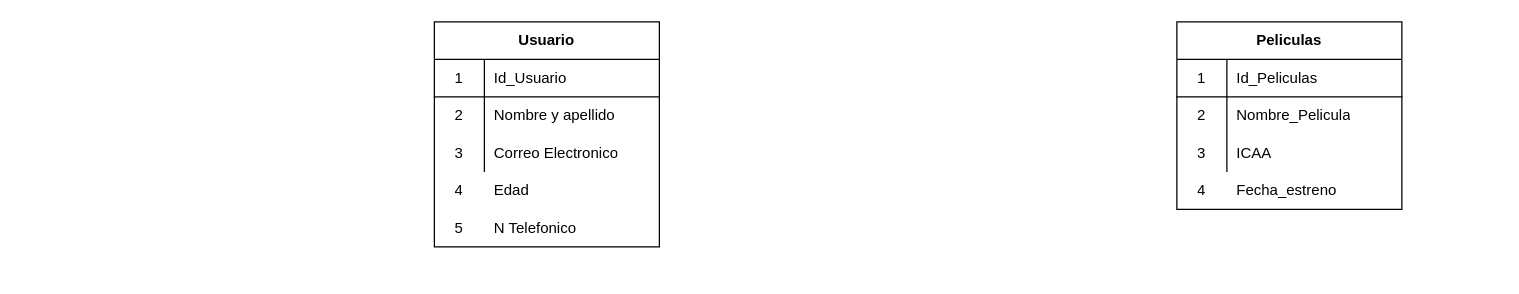
The draw.io diagram Untitled Diagram.drawio in Josanloca/Ejercicio_2-_Trimestre, before the edit. Source tidied: cells renumbered, new cells numbered last; positions are measured from the earlier drawing's top-left corner, leaving out a move shared by most shapes. Both pictures are drawn from the tidied source at 125%, with x=0, y=0 at pixel (434, 21).
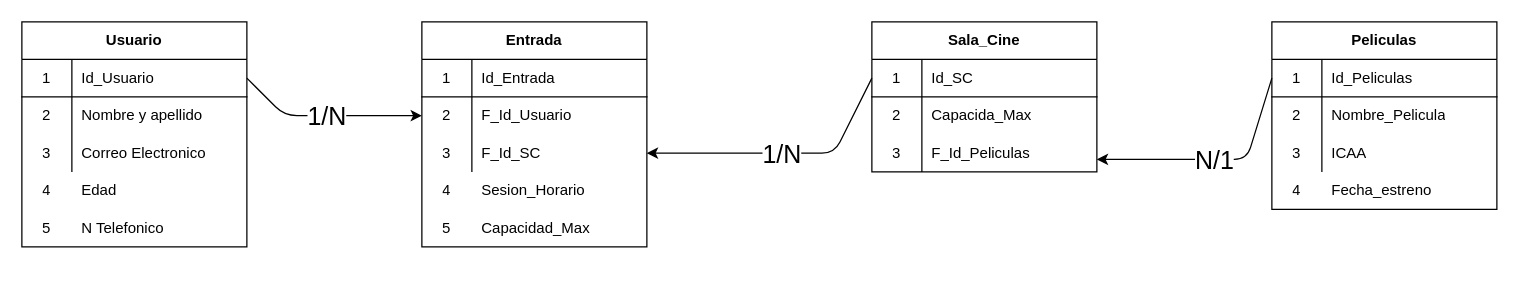
Above is the later version.

The change refers to these unchanged cells:
```xml
<mxCell id="4" style="shape=partialRectangle;html=1;whiteSpace=wrap;fillColor=none;top=0;left=0;bottom=1;right=0;points=[[0,0.5],[1,0.5]];portConstraint=eastwest;" parent="3" vertex="1">
  <mxGeometry y="30" width="180" height="30" as="geometry" />
</mxCell>
<mxCell id="22" style="shape=partialRectangle;html=1;whiteSpace=wrap;fillColor=none;top=0;left=0;bottom=1;right=0;points=[[0,0.5],[1,0.5]];portConstraint=eastwest;" parent="21" vertex="1">
  <mxGeometry y="30" width="180" height="30" as="geometry" />
</mxCell>
```

What changed in the source:
```diff
@@
     <mxCell id="2" style="group;" parent="1" vertex="1">
-      <mxGeometry x="594" width="180" height="150" as="geometry" />
+      <mxGeometry x="670" width="180" height="150" as="geometry" />
     </mxCell>
@@
     <mxCell id="15" style="group;" parent="1" vertex="1">
-      <mxGeometry width="180" height="200" as="geometry" />
+      <mxGeometry x="-330" width="180" height="200" as="geometry" />
     </mxCell>
@@
+    <mxCell id="31" value="&lt;div&gt;Entrada&lt;/div&gt;" style="shape=table;html=1;whiteSpace=wrap;startSize=30;childLayout=tableLayout;rowLines=0;fontStyle=1;align=center;" parent="1" vertex="1">
+      <mxGeometry x="-10" width="180" height="180" as="geometry" />
+    </mxCell>
+    <mxCell id="32" style="shape=partialRectangle;html=1;whiteSpace=wrap;fillColor=none;top=0;left=0;bottom=1;right=0;" parent="31" vertex="1">
+      <mxGeometry y="30" width="180" height="30" as="geometry" />
+    </mxCell>
+    <mxCell id="33" value="1" style="shape=partialRectangle;html=1;whiteSpace=wrap;fillColor=none;top=0;left=0;bottom=0;right=0;overflow=hidden;" parent="32" vertex="1">
+      <mxGeometry width="40" height="30" as="geometry" />
+    </mxCell>
+    <mxCell id="34" value="Id_Entrada" style="shape=partialRectangle;html=1;whiteSpace=wrap;fillColor=none;top=0;left=0;bottom=0;right=0;align=left;spacingLeft=6;overflow=hidden;" parent="32" vertex="1">
+      <mxGeometry x="40" width="140" height="30" as="geometry" />
+    </mxCell>
+    <mxCell id="35" style="shape=partialRectangle;html=1;whiteSpace=wrap;fillColor=none;top=0;left=0;bottom=0;right=0;points=[[0,0.5],[1,0.5]];portConstraint=eastwest;" parent="31" vertex="1">
+      <mxGeometry y="60" width="180" height="30" as="geometry" />
+    </mxCell>
+    <mxCell id="36" value="2" style="shape=partialRectangle;html=1;whiteSpace=wrap;fillColor=none;top=0;left=0;bottom=0;right=0;overflow=hidden;" parent="35" vertex="1">
+      <mxGeometry width="40" height="30" as="geometry" />
+    </mxCell>
+    <mxCell id="37" value="F_Id_Usuario" style="shape=partialRectangle;html=1;whiteSpace=wrap;fillColor=none;top=0;left=0;bottom=0;right=0;align=left;spacingLeft=6;overflow=hidden;" parent="35" vertex="1">
+      <mxGeometry x="40" width="140" height="30" as="geometry" />
+    </mxCell>
+    <mxCell id="38" style="shape=partialRectangle;html=1;whiteSpace=wrap;fillColor=none;top=0;left=0;bottom=0;right=0;points=[[0,0.5],[1,0.5]];portConstraint=eastwest;" parent="31" vertex="1">
+      <mxGeometry y="90" width="180" height="30" as="geometry" />
+    </mxCell>
+    <mxCell id="39" value="3" style="shape=partialRectangle;html=1;whiteSpace=wrap;fillColor=none;top=0;left=0;bottom=0;right=0;overflow=hidden;" parent="38" vertex="1">
+      <mxGeometry width="40" height="30" as="geometry" />
+    </mxCell>
+    <mxCell id="40" value="F_Id_SC" style="shape=partialRectangle;html=1;whiteSpace=wrap;fillColor=none;top=0;left=0;bottom=0;right=0;align=left;spacingLeft=6;overflow=hidden;" parent="38" vertex="1">
+      <mxGeometry x="40" width="140" height="30" as="geometry" />
+    </mxCell>
+    <mxCell id="41" value="Sala_Cine" style="shape=table;html=1;whiteSpace=wrap;startSize=30;childLayout=tableLayout;rowLines=0;fontStyle=1;align=center;" parent="1" vertex="1">
+      <mxGeometry x="350" width="180" height="120" as="geometry" />
+    </mxCell>
+    <mxCell id="42" style="shape=partialRectangle;html=1;whiteSpace=wrap;fillColor=none;top=0;left=0;bottom=1;right=0;points=[[0,0.5],[1,0.5]];portConstraint=eastwest;" parent="41" vertex="1">
+      <mxGeometry y="30" width="180" height="30" as="geometry" />
+    </mxCell>
+    <mxCell id="43" value="1" style="shape=partialRectangle;html=1;whiteSpace=wrap;fillColor=none;top=0;left=0;bottom=0;right=0;overflow=hidden;" parent="42" vertex="1">
+      <mxGeometry width="40" height="30" as="geometry" />
+    </mxCell>
+    <mxCell id="44" value="Id_SC" style="shape=partialRectangle;html=1;whiteSpace=wrap;fillColor=none;top=0;left=0;bottom=0;right=0;align=left;spacingLeft=6;overflow=hidden;" parent="42" vertex="1">
+      <mxGeometry x="40" width="140" height="30" as="geometry" />
+    </mxCell>
+    <mxCell id="45" style="shape=partialRectangle;html=1;whiteSpace=wrap;fillColor=none;top=0;left=0;bottom=0;right=0;" parent="41" vertex="1">
+      <mxGeometry y="60" width="180" height="30" as="geometry" />
+    </mxCell>
+    <mxCell id="46" value="2" style="shape=partialRectangle;html=1;whiteSpace=wrap;fillColor=none;top=0;left=0;bottom=0;right=0;overflow=hidden;" parent="45" vertex="1">
+      <mxGeometry width="40" height="30" as="geometry" />
+    </mxCell>
+    <mxCell id="47" value="&lt;div&gt;Capacida_Max&lt;/div&gt;" style="shape=partialRectangle;html=1;whiteSpace=wrap;fillColor=none;top=0;left=0;bottom=0;right=0;align=left;spacingLeft=6;overflow=hidden;" parent="45" vertex="1">
+      <mxGeometry x="40" width="140" height="30" as="geometry" />
+    </mxCell>
+    <mxCell id="48" style="shape=partialRectangle;html=1;whiteSpace=wrap;fillColor=none;top=0;left=0;bottom=0;right=0;" parent="41" vertex="1">
+      <mxGeometry y="90" width="180" height="30" as="geometry" />
+    </mxCell>
+    <mxCell id="49" style="shape=partialRectangle;html=1;whiteSpace=wrap;fillColor=none;top=0;left=0;bottom=0;right=0;overflow=hidden;" parent="48" vertex="1">
+      <mxGeometry width="40" height="30" as="geometry" />
+    </mxCell>
+    <mxCell id="50" style="shape=partialRectangle;html=1;whiteSpace=wrap;fillColor=none;top=0;left=0;bottom=0;right=0;align=left;spacingLeft=6;overflow=hidden;" parent="48" vertex="1">
+      <mxGeometry x="40" width="140" height="30" as="geometry" />
+    </mxCell>
+    <mxCell id="51" value="4" style="shape=partialRectangle;html=1;whiteSpace=wrap;fillColor=none;top=0;left=0;bottom=0;right=0;overflow=hidden;" parent="1" vertex="1">
+      <mxGeometry x="-10" y="120" width="40" height="30" as="geometry" />
+    </mxCell>
+    <mxCell id="52" value="Sesion_Horario" style="shape=partialRectangle;html=1;whiteSpace=wrap;fillColor=none;top=0;left=0;bottom=0;right=0;align=left;spacingLeft=6;overflow=hidden;" parent="1" vertex="1">
+      <mxGeometry x="30" y="120" width="140" height="30" as="geometry" />
+    </mxCell>
+    <mxCell id="53" value="5" style="shape=partialRectangle;html=1;whiteSpace=wrap;fillColor=none;top=0;left=0;bottom=0;right=0;overflow=hidden;" parent="1" vertex="1">
+      <mxGeometry x="-10" y="150" width="40" height="30" as="geometry" />
+    </mxCell>
+    <mxCell id="54" value="Capacidad_Max" style="shape=partialRectangle;html=1;whiteSpace=wrap;fillColor=none;top=0;left=0;bottom=0;right=0;align=left;spacingLeft=6;overflow=hidden;" parent="1" vertex="1">
+      <mxGeometry x="30" y="150" width="140" height="30" as="geometry" />
+    </mxCell>
+    <mxCell id="55" value="3" style="shape=partialRectangle;html=1;whiteSpace=wrap;fillColor=none;top=0;left=0;bottom=0;right=0;overflow=hidden;" parent="1" vertex="1">
+      <mxGeometry x="350" y="90" width="40" height="30" as="geometry" />
+    </mxCell>
+    <mxCell id="56" value="&lt;div&gt;F_Id_Peliculas&lt;/div&gt;" style="shape=partialRectangle;html=1;whiteSpace=wrap;fillColor=none;top=0;left=0;bottom=0;right=0;align=left;spacingLeft=6;overflow=hidden;" parent="1" vertex="1">
+      <mxGeometry x="390" y="90" width="140" height="30" as="geometry" />
+    </mxCell>
+    <mxCell id="57" value="&lt;div style=&quot;font-size: 20px;&quot;&gt;1/N&lt;/div&gt;" style="endArrow=classic;html=1;exitX=1;exitY=0.5;exitDx=0;exitDy=0;entryX=0;entryY=0.5;entryDx=0;entryDy=0;fontSize=20;" parent="1" edge="1" source="22" target="35">
+      <mxGeometry relative="1" as="geometry">
+        <Array as="points">
+          <mxPoint x="-120" y="75" />
+        </Array>
+      </mxGeometry>
+    </mxCell>
+    <mxCell id="58" value="&lt;div style=&quot;font-size: 20px;&quot;&gt;1/N&lt;/div&gt;" style="endArrow=classic;html=1;exitX=0;exitY=0.5;exitDx=0;exitDy=0;entryX=1;entryY=0.5;entryDx=0;entryDy=0;fontSize=20;" parent="1" edge="1" source="42" target="38">
+      <mxGeometry relative="1" as="geometry">
+        <Array as="points">
+          <mxPoint x="320" y="105" />
+        </Array>
+      </mxGeometry>
+    </mxCell>
+    <mxCell id="59" value="N/1" style="endArrow=classic;html=1;exitX=0;exitY=0.5;exitDx=0;exitDy=0;fontSize=20;" parent="1" edge="1" source="4">
+      <mxGeometry relative="1" as="geometry">
+        <mxPoint x="530" y="110" as="targetPoint" />
+        <Array as="points">
+          <mxPoint x="650" y="110" />
+        </Array>
+      </mxGeometry>
+    </mxCell>
```
